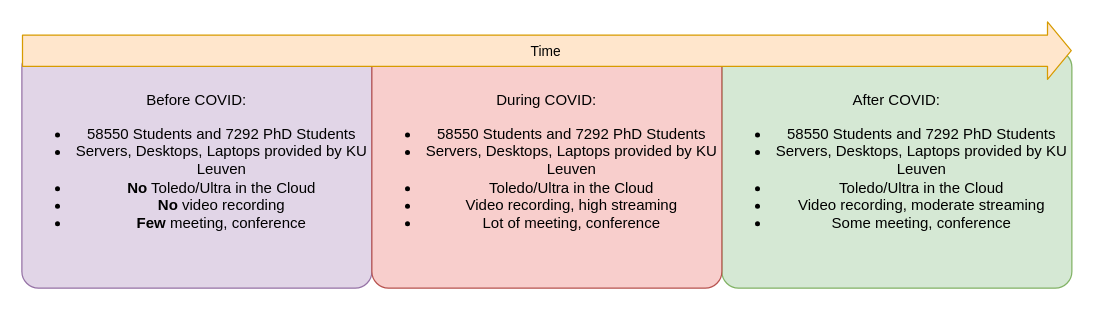
Earlier version of the draw.io diagram process/timeline.drawio (Tfloow/Ecodesign). Source tidied: cells renumbered, new cells numbered last; positions are measured from the earlier drawing's top-left corner, leaving out a move shared by most shapes. Both pictures are drawn from the tidied source at 125%, with x=0, y=0 at pixel (21, 50).
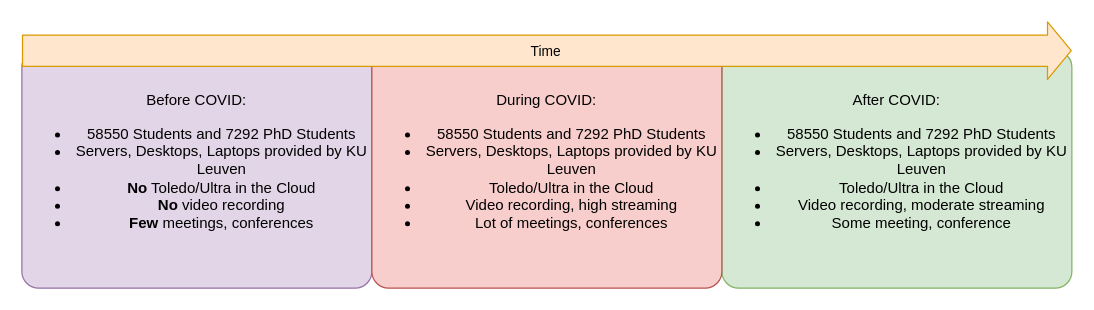
The same page after the edit.

Change to the diagram source:
```diff
@@
 <mxGraphModel>
   <root>
     <mxCell id="0" />
     <mxCell id="1" parent="0" />
     <mxCell id="2" value="&lt;span style=&quot;color: rgb(0, 0, 0);&quot;&gt;After COVID:&lt;/span&gt;&lt;div&gt;&lt;ul&gt;&lt;li&gt;58550 Students and 7292 PhD Students&lt;/li&gt;&lt;li&gt;Servers, Desktops, Laptops provided by KU Leuven&lt;/li&gt;&lt;li&gt;Toledo/Ultra in the Cloud&lt;/li&gt;&lt;li&gt;Video recording, moderate streaming&lt;/li&gt;&lt;li&gt;Some meeting, conference&lt;/li&gt;&lt;/ul&gt;&lt;/div&gt;" style="rounded=1;whiteSpace=wrap;html=1;arcSize=7;fillColor=#d5e8d4;strokeColor=#82b366;" parent="1" vertex="1">
       <mxGeometry x="560" width="280" height="190" as="geometry" />
     </mxCell>
-    <mxCell id="3" value="Before COVID:&lt;div&gt;&lt;ul&gt;&lt;li&gt;58550 Students and 7292 PhD Students&lt;/li&gt;&lt;li&gt;Servers, Desktops, Laptops provided by KU Leuven&lt;/li&gt;&lt;li&gt;&lt;b&gt;No&lt;/b&gt; Toledo/Ultra in the Cloud&lt;/li&gt;&lt;li&gt;&lt;b&gt;No&lt;/b&gt; video recording&lt;/li&gt;&lt;li&gt;&lt;b&gt;Few&lt;/b&gt; meeting, conference&lt;/li&gt;&lt;/ul&gt;&lt;/div&gt;" style="rounded=1;whiteSpace=wrap;html=1;arcSize=7;fillColor=#e1d5e7;strokeColor=#9673a6;" parent="1" vertex="1">
+    <mxCell id="3" value="Before COVID:&lt;div&gt;&lt;ul&gt;&lt;li&gt;58550 Students and 7292 PhD Students&lt;/li&gt;&lt;li&gt;Servers, Desktops, Laptops provided by KU Leuven&lt;/li&gt;&lt;li&gt;&lt;b&gt;No&lt;/b&gt; Toledo/Ultra in the Cloud&lt;/li&gt;&lt;li&gt;&lt;b&gt;No&lt;/b&gt; video recording&lt;/li&gt;&lt;li&gt;&lt;b&gt;Few&lt;/b&gt; meetings, conferences&lt;/li&gt;&lt;/ul&gt;&lt;/div&gt;" style="rounded=1;whiteSpace=wrap;html=1;arcSize=7;fillColor=#e1d5e7;strokeColor=#9673a6;" parent="1" vertex="1">
       <mxGeometry width="280" height="190" as="geometry" />
     </mxCell>
-    <mxCell id="4" value="During COVID:&lt;div&gt;&lt;ul&gt;&lt;li&gt;58550 Students and 7292 PhD Students&lt;/li&gt;&lt;li&gt;Servers, Desktops, Laptops provided by KU Leuven&lt;/li&gt;&lt;li&gt;Toledo/Ultra in the Cloud&lt;/li&gt;&lt;li&gt;Video recording, high streaming&lt;/li&gt;&lt;li&gt;Lot of meeting, conference&lt;/li&gt;&lt;/ul&gt;&lt;/div&gt;" style="rounded=1;whiteSpace=wrap;html=1;arcSize=7;fillColor=#f8cecc;strokeColor=#b85450;align=center;" parent="1" vertex="1">
+    <mxCell id="4" value="During COVID:&lt;div&gt;&lt;ul&gt;&lt;li&gt;58550 Students and 7292 PhD Students&lt;/li&gt;&lt;li&gt;Servers, Desktops, Laptops provided by KU Leuven&lt;/li&gt;&lt;li&gt;Toledo/Ultra in the Cloud&lt;/li&gt;&lt;li&gt;Video recording, high streaming&lt;/li&gt;&lt;li&gt;Lot of meetings, conferences&lt;/li&gt;&lt;/ul&gt;&lt;/div&gt;" style="rounded=1;whiteSpace=wrap;html=1;arcSize=7;fillColor=#f8cecc;strokeColor=#b85450;align=center;" parent="1" vertex="1">
       <mxGeometry x="280" width="280" height="190" as="geometry" />
     </mxCell>
     <mxCell id="5" style="shape=flexArrow;endArrow=classic;html=1;fillColor=#ffe6cc;strokeColor=#d79b00;strokeWidth=1;endSize=6;width=25;entryX=1;entryY=0;entryDx=0;entryDy=0;exitX=0;exitY=0;exitDx=0;exitDy=0;" parent="1" edge="1" source="3" target="2">
       <mxGeometry relative="1" as="geometry" />
     </mxCell>
     <mxCell id="6" value="Time" style="edgeLabel;html=1;align=center;verticalAlign=middle;labelBackgroundColor=none;spacing=7;" parent="5" vertex="1">
       <mxGeometry y="-3" relative="1" as="geometry">
         <mxPoint x="-2" y="-3" as="offset" />
       </mxGeometry>
     </mxCell>
   </root>
 </mxGraphModel>
```
